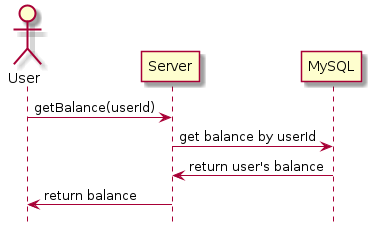
Above: media/sequence-diagrams/view-balance/view-balance.png in noradomi/foo-app (PlantUML), before the change. Source of this version:
```plantuml
@startuml view-balance
hide footbox
actor "User"
"User" -> "Server": getBalance(userId)
"Server" -> "MySQL": get balance by userId
"MySQL" -> "Server": return user's balance
"Server" -> "User": return balance
@enduml
```
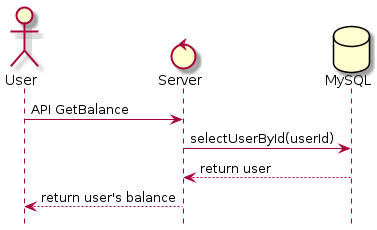
Later version of the same file.

The edit, as a diff of the source:
```diff
@@ -1,8 +1,10 @@
 @startuml view-balance
 hide footbox
 actor "User"
-"User" -> "Server": getBalance(userId)
-"Server" -> "MySQL": get balance by userId
-"MySQL" -> "Server": return user's balance
-"Server" -> "User": return balance
+control "Server"
+database "MySQL"
+"User" -> "Server": API GetBalance
+"Server" -> "MySQL": selectUserById(userId)
+"MySQL" --> "Server": return user
+"Server" --> "User": return user's balance
 @enduml
```
